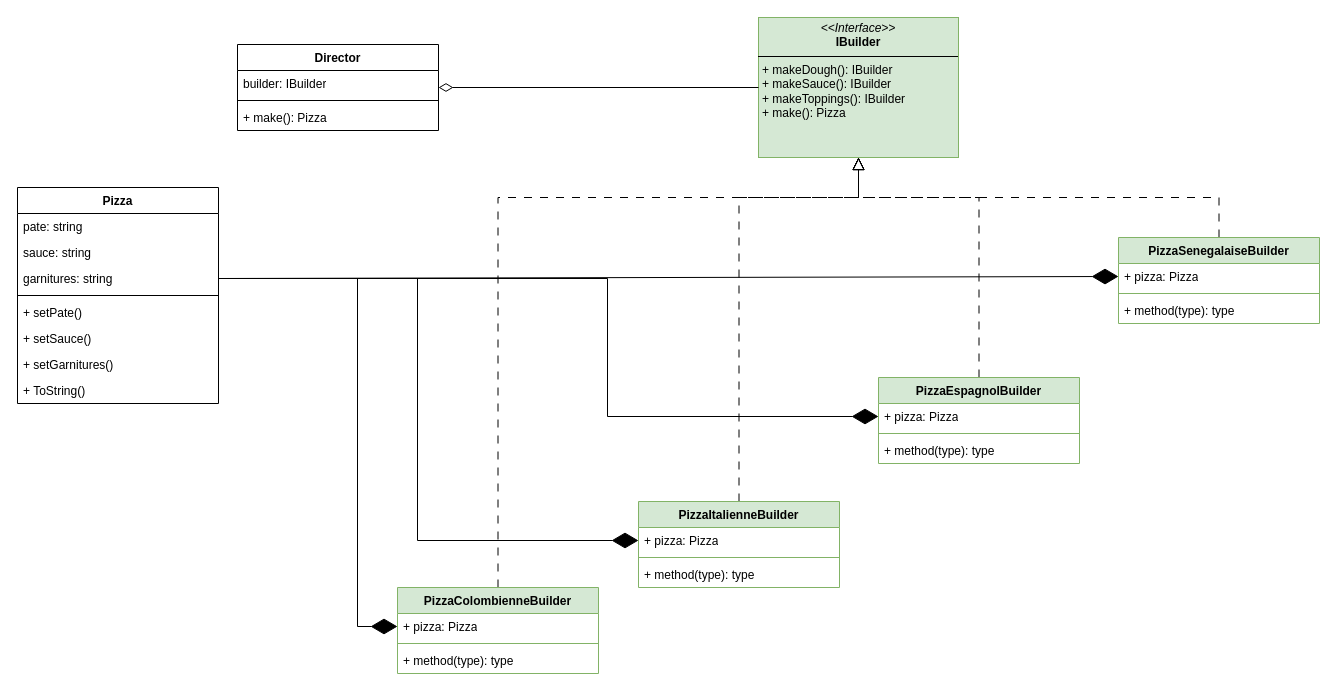
The draw.io diagram Devoir3.drawio in descoteauxwilliam-hue/Devoir3, before the edit. Source tidied: cells renumbered, new cells numbered last; positions are measured from the earlier drawing's top-left corner, leaving out a move shared by most shapes. Both pictures are drawn from the tidied source at 100%, with x=0, y=0 at pixel (17, 17).
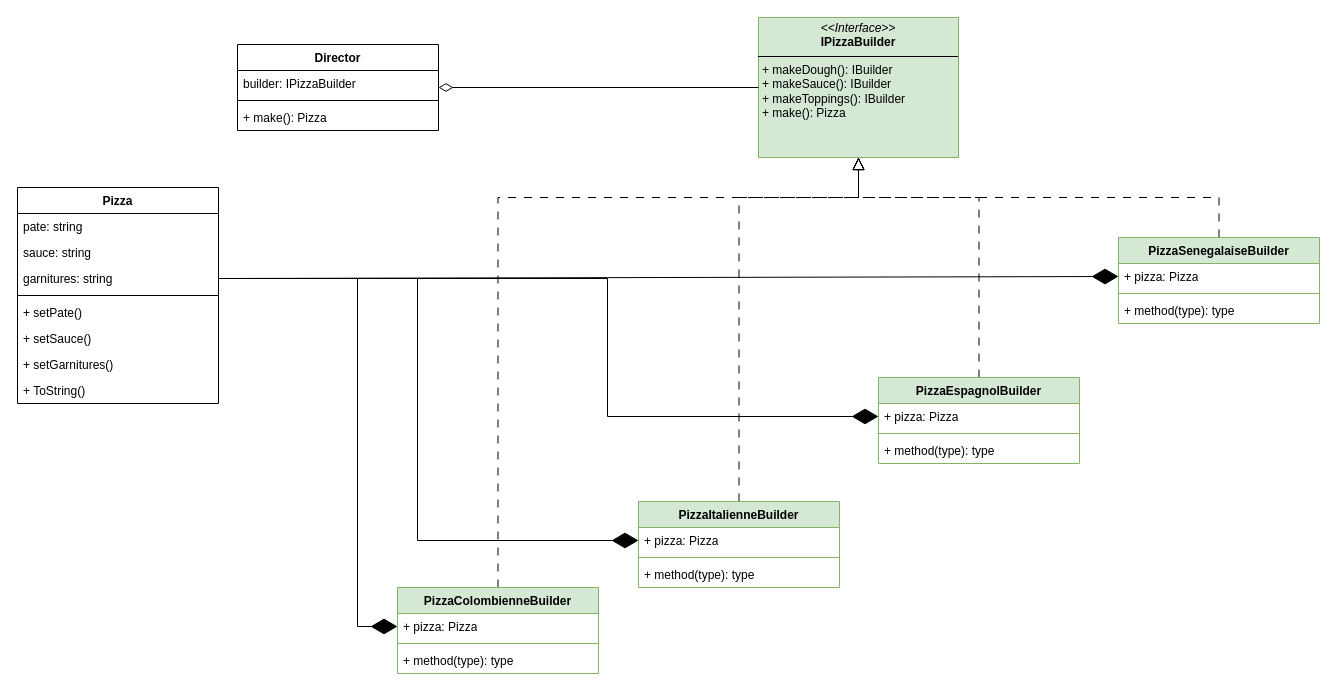
After the change.

The change refers to these unchanged cells:
```xml
<mxCell id="24" value="Director" style="swimlane;fontStyle=1;align=center;verticalAlign=top;horizontal=1;startSize=26;whiteSpace=wrap;html=1;" parent="1" vertex="1">
  <mxGeometry x="220" y="27" width="201" height="86" as="geometry" />
</mxCell>
```

Change to the diagram source:
```diff
@@
-    <mxCell id="2" value="&lt;p style=&quot;margin:0px;margin-top:4px;text-align:center;&quot;&gt;&lt;i&gt;&amp;lt;&amp;lt;Interface&amp;gt;&amp;gt;&lt;/i&gt;&lt;br&gt;&lt;b&gt;IBuilder&lt;/b&gt;&lt;/p&gt;&lt;hr size=&quot;1&quot; style=&quot;border-style:solid;&quot;&gt;&lt;p style=&quot;margin:0px;margin-left:4px;&quot;&gt;&lt;/p&gt;&lt;p style=&quot;margin:0px;margin-left:4px;&quot;&gt;+ makeDough(): IBuilder&lt;br&gt;+ makeSauce(): IBuilder&lt;/p&gt;&lt;p style=&quot;margin:0px;margin-left:4px;&quot;&gt;+ makeToppings(): IBuilder&lt;/p&gt;&lt;p style=&quot;margin:0px;margin-left:4px;&quot;&gt;+ make(): Pizza&lt;/p&gt;" style="verticalAlign=top;align=left;overflow=fill;html=1;whiteSpace=wrap;fillColor=#d5e8d4;strokeColor=#82b366;" parent="1" vertex="1">
+    <mxCell id="2" value="&lt;p style=&quot;margin:0px;margin-top:4px;text-align:center;&quot;&gt;&lt;i&gt;&amp;lt;&amp;lt;Interface&amp;gt;&amp;gt;&lt;/i&gt;&lt;br&gt;&lt;b&gt;IPizzaBuilder&lt;/b&gt;&lt;/p&gt;&lt;hr size=&quot;1&quot; style=&quot;border-style:solid;&quot;&gt;&lt;p style=&quot;margin:0px;margin-left:4px;&quot;&gt;&lt;/p&gt;&lt;p style=&quot;margin:0px;margin-left:4px;&quot;&gt;+ makeDough(): IBuilder&lt;br&gt;+ makeSauce(): IBuilder&lt;/p&gt;&lt;p style=&quot;margin:0px;margin-left:4px;&quot;&gt;+ makeToppings(): IBuilder&lt;/p&gt;&lt;p style=&quot;margin:0px;margin-left:4px;&quot;&gt;+ make(): Pizza&lt;/p&gt;" style="verticalAlign=top;align=left;overflow=fill;html=1;whiteSpace=wrap;fillColor=#d5e8d4;strokeColor=#82b366;" parent="1" vertex="1">
       <mxGeometry x="741" width="200" height="140" as="geometry" />
     </mxCell>
@@
-    <mxCell id="25" value="builder: IBuilder" style="text;strokeColor=none;fillColor=none;align=left;verticalAlign=top;spacingLeft=4;spacingRight=4;overflow=hidden;whiteSpace=wrap;html=1;" parent="24" vertex="1">
+    <mxCell id="25" value="builder: IPizzaBuilder" style="text;strokeColor=none;fillColor=none;align=left;verticalAlign=top;spacingLeft=4;spacingRight=4;overflow=hidden;whiteSpace=wrap;html=1;" parent="24" vertex="1">
       <mxGeometry y="26" width="201" height="26" as="geometry" />
     </mxCell>
```
